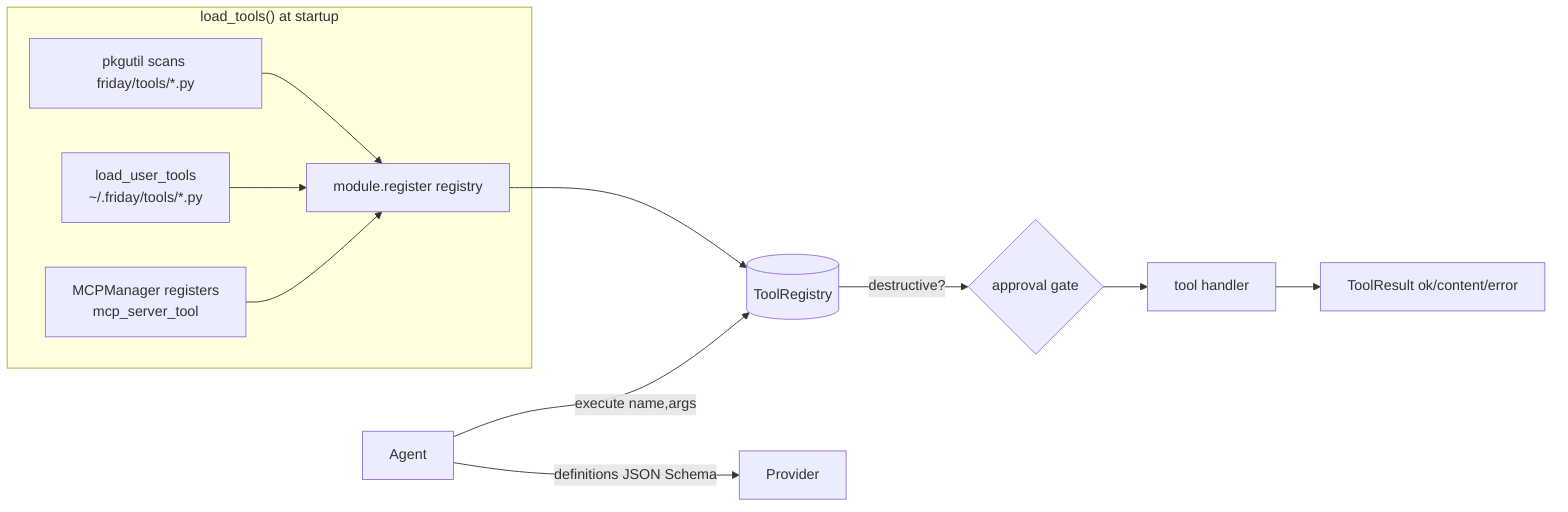
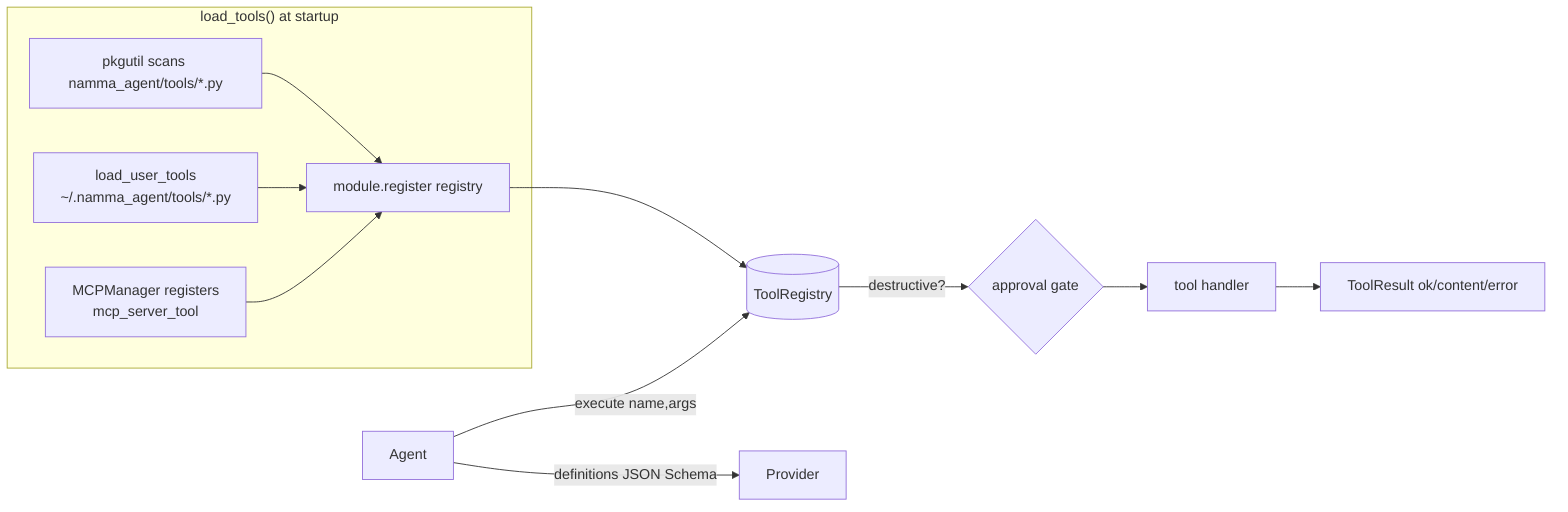
flowchart LR
    subgraph Discovery["load_tools() at startup"]
-         scan[pkgutil scans friday/tools/*.py] --> reg[module.register registry]
-         user[load_user_tools<br/>~/.friday/tools/*.py] --> reg
+         scan[pkgutil scans namma_agent/tools/*.py] --> reg[module.register registry]
+         user[load_user_tools<br/>~/.namma_agent/tools/*.py] --> reg
        mcp[MCPManager registers<br/>mcp_server_tool] --> reg
    end
    reg --> REG[(ToolRegistry)]
    AG[Agent] -->|definitions JSON Schema| P[Provider]
    AG -->|execute name,args| REG
    REG -->|destructive?| GATE{approval gate}
    GATE --> H[tool handler] --> RES[ToolResult ok/content/error]
